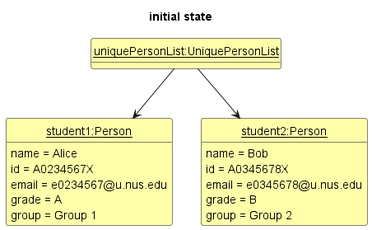
This is docs/images/AddState1.png from willowisp01/tp, a PlantUML export, as it was before one commit. Source of this version:
```plantuml
@startuml

hide circle
hide methods
skinparam ClassFontColor #000000
skinparam ClassBorderColor #000000
skinparam ClassBackgroundColor #FFFFAA

title initial state

class uniquePersonList as "<u>uniquePersonList:UniquePersonList</u>"
class student1 as "<u>student1:Person</u>" {
    name = Alice
    id = A0234567X
    email = e0234567@u.nus.edu
    grade = A
    group = Group 1
}
class student2 as "<u>student2:Person</u>" {
    name = Bob
    id = A0345678X
    email = e0345678@u.nus.edu
    grade = B
    group = Group 2
}

student1 -[hidden]right-> student2

uniquePersonList -down-> student1
uniquePersonList -down-> student2


@enduml
```
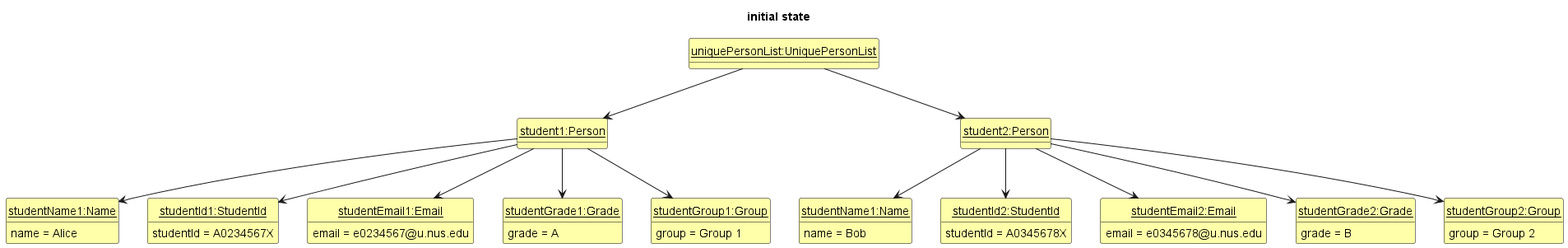
The same file after the commit.

Commit message:
Update the AddState diagrams

Diff of the diagram source:
```diff
@@ -9,25 +9,50 @@
 title initial state
 
 class uniquePersonList as "<u>uniquePersonList:UniquePersonList</u>"
-class student1 as "<u>student1:Person</u>" {
+class student1 as "<u>student1:Person</u>" {}
+class student2 as "<u>student2:Person</u>" {}
+class studentName1 as "<u>studentName1:Name</u>" {
     name = Alice
-    id = A0234567X
+}
+class studentName2 as "<u>studentName1:Name</u>" {
+    name = Bob
+}
+class studentId1 as "<u>studentId1:StudentId</u>" {
+    studentId = A0234567X
+}
+class studentId2 as "<u>studentId2:StudentId</u>" {
+    studentId = A0345678X
+}
+class studentEmail1 as "<u>studentEmail1:Email</u>" {
     email = e0234567@u.nus.edu
+}
+class studentEmail2 as "<u>studentEmail2:Email</u>" {
+    email = e0345678@u.nus.edu
+}
+class studentGrade1 as "<u>studentGrade1:Grade</u>" {
     grade = A
+}
+class studentGrade2 as "<u>studentGrade2:Grade</u>" {
+    grade = B
+}
+class studentGroup1 as "<u>studentGroup1:Group</u>" {
     group = Group 1
 }
-class student2 as "<u>student2:Person</u>" {
-    name = Bob
-    id = A0345678X
-    email = e0345678@u.nus.edu
-    grade = B
+class studentGroup2 as "<u>studentGroup2:Group</u>" {
     group = Group 2
 }
-
 student1 -[hidden]right-> student2
 
 uniquePersonList -down-> student1
 uniquePersonList -down-> student2
-
-
+student1 -down-> studentName1
+student2 -down-> studentName2
+student1 -down-> studentId1
+student2 -down-> studentId2
+student1 -down-> studentEmail1
+student2 -down-> studentEmail2
+student1 -down-> studentGrade1
+student2 -down-> studentGrade2
+student1 -down-> studentGroup1
+student2 -down-> studentGroup2
 @enduml
```
